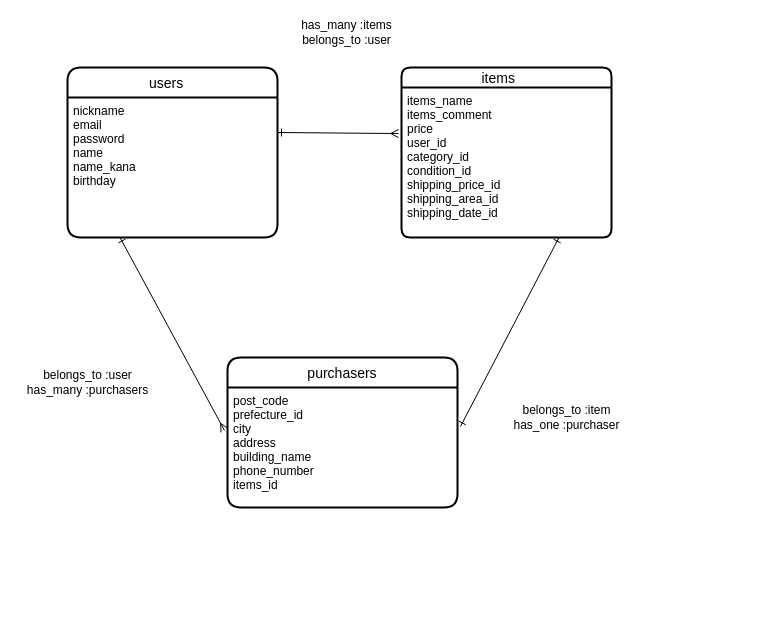
Earlier version of the draw.io diagram app/controllers/furima.dio (mattyo7126/furima-37635). Source tidied: cells renumbered, new cells numbered last; positions are measured from the earlier drawing's top-left corner, leaving out a move shared by most shapes. Both pictures are drawn from the tidied source at 100%, with x=0, y=0 at pixel (17, 17).
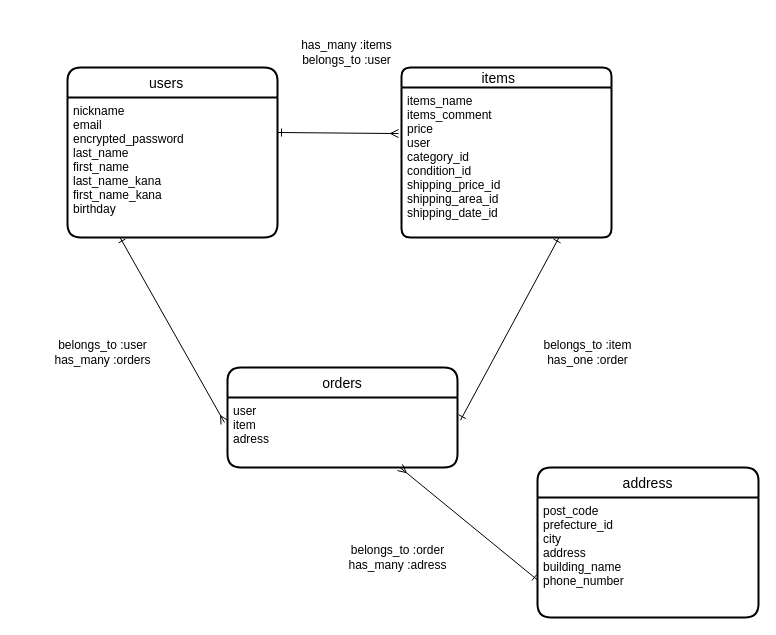
The same diagram, later.

Commit message (it also covers changes not shown here):
データベース設計修正

The edit, as a diff of the source:
```diff
@@
 <mxGraphModel>
   <root>
     <mxCell id="0" />
     <mxCell id="1" parent="0" />
     <mxCell id="2" value="users   " style="swimlane;horizontal=1;startSize=30;rounded=1;fontSize=14;fontStyle=0;strokeWidth=2;shadow=0;dashed=0;align=center;" parent="1" vertex="1">
       <mxGeometry x="50" y="50" width="210" height="170" as="geometry" />
     </mxCell>
-    <mxCell id="3" value="nickname&#10;email&#10;password&#10;name&#10;name_kana&#10;birthday" style="align=left;strokeColor=none;fillColor=none;spacingLeft=4;fontSize=12;verticalAlign=top;" parent="2" vertex="1">
+    <mxCell id="3" value="nickname&#10;email&#10;encrypted_password&#10;last_name&#10;first_name&#10;last_name_kana&#10;first_name_kana&#10;birthday" style="align=left;strokeColor=none;fillColor=none;spacingLeft=4;fontSize=12;verticalAlign=top;" parent="2" vertex="1">
       <mxGeometry y="30" width="210" height="140" as="geometry" />
     </mxCell>
     <mxCell id="4" value="items    " style="swimlane;horizontal=1;startSize=20;rounded=1;fontSize=14;fontStyle=0;strokeWidth=2;shadow=0;dashed=0;align=center;" parent="1" vertex="1">
       <mxGeometry x="384" y="50" width="210" height="170" as="geometry" />
     </mxCell>
-    <mxCell id="5" value="items_name&#10;items_comment&#10;price&#10;user_id&#10;category_id&#10;condition_id&#10;shipping_price_id&#10;shipping_area_id&#10;shipping_date_id" style="align=left;strokeColor=none;fillColor=none;spacingLeft=4;fontSize=12;verticalAlign=top;" parent="4" vertex="1">
+    <mxCell id="5" value="items_name&#10;items_comment&#10;price&#10;user&#10;category_id&#10;condition_id&#10;shipping_price_id&#10;shipping_area_id&#10;shipping_date_id" style="align=left;strokeColor=none;fillColor=none;spacingLeft=4;fontSize=12;verticalAlign=top;" parent="4" vertex="1">
       <mxGeometry y="20" width="210" height="150" as="geometry" />
     </mxCell>
-    <mxCell id="6" value="purchasers" style="swimlane;horizontal=1;startSize=30;rounded=1;fontSize=14;fontStyle=0;strokeWidth=2;shadow=0;dashed=0;align=center;" parent="1" vertex="1">
-      <mxGeometry x="210" y="340" width="230" height="150" as="geometry" />
+    <mxCell id="6" value="orders" style="swimlane;horizontal=1;startSize=30;rounded=1;fontSize=14;fontStyle=0;strokeWidth=2;shadow=0;dashed=0;align=center;" parent="1" vertex="1">
+      <mxGeometry x="210" y="350" width="230" height="100" as="geometry" />
     </mxCell>
-    <mxCell id="7" value="post_code&#10;prefecture_id&#10;city&#10;address&#10;building_name&#10;phone_number&#10;items_id" style="align=left;strokeColor=none;fillColor=none;spacingLeft=4;fontSize=12;verticalAlign=top;" parent="6" vertex="1">
-      <mxGeometry y="30" width="230" height="120" as="geometry" />
+    <mxCell id="7" value="user&#10;item&#10;adress" style="align=left;strokeColor=none;fillColor=none;spacingLeft=4;fontSize=12;verticalAlign=top;" parent="6" vertex="1">
+      <mxGeometry y="30" width="230" height="70" as="geometry" />
     </mxCell>
     <mxCell id="8" style="edgeStyle=none;html=1;exitX=1;exitY=0.25;exitDx=0;exitDy=0;endArrow=ERmany;endFill=0;startArrow=ERone;startFill=0;entryX=-0.014;entryY=0.307;entryDx=0;entryDy=0;entryPerimeter=0;" parent="1" edge="1" source="3" target="5">
       <mxGeometry relative="1" as="geometry" />
     </mxCell>
     <mxCell id="9" style="edgeStyle=none;html=1;exitX=0.25;exitY=1;exitDx=0;exitDy=0;entryX=-0.013;entryY=0.358;entryDx=0;entryDy=0;entryPerimeter=0;startArrow=ERone;startFill=0;endArrow=ERmany;endFill=0;" parent="1" edge="1" source="3" target="7">
       <mxGeometry relative="1" as="geometry" />
     </mxCell>
     <mxCell id="10" style="html=1;exitX=0.75;exitY=1;exitDx=0;exitDy=0;entryX=1.013;entryY=0.325;entryDx=0;entryDy=0;entryPerimeter=0;startArrow=ERone;startFill=0;endArrow=ERone;endFill=0;" parent="1" edge="1" source="5" target="7">
       <mxGeometry relative="1" as="geometry" />
     </mxCell>
     <mxCell id="11" value="has_many :items&lt;br&gt;belongs_to :user" style="text;html=1;align=center;verticalAlign=middle;fillColor=none;strokeColor=none;rounded=0;" parent="1" vertex="1">
-      <mxGeometry x="274" width="110" height="30" as="geometry" />
+      <mxGeometry x="274" y="20" width="110" height="30" as="geometry" />
     </mxCell>
-    <mxCell id="12" value="belongs_to :item&lt;br&gt;has_one :purchaser" style="text;html=1;align=center;verticalAlign=middle;strokeColor=none;fillColor=none;" parent="1" vertex="1">
-      <mxGeometry x="489" y="385" width="120" height="30" as="geometry" />
+    <mxCell id="12" value="belongs_to :item&lt;br&gt;has_one :order" style="text;html=1;align=center;verticalAlign=middle;strokeColor=none;fillColor=none;" parent="1" vertex="1">
+      <mxGeometry x="520" y="320" width="100" height="30" as="geometry" />
     </mxCell>
-    <mxCell id="13" value="belongs_to :user&lt;br&gt;has_many :purchasers" style="text;html=1;align=center;verticalAlign=middle;fillColor=none;strokeColor=none;rounded=0;" parent="1" vertex="1">
-      <mxGeometry y="350" width="140" height="30" as="geometry" />
+    <mxCell id="13" value="belongs_to :user&lt;br&gt;has_many :orders" style="text;html=1;align=center;verticalAlign=middle;fillColor=none;strokeColor=none;rounded=0;" parent="1" vertex="1">
+      <mxGeometry x="30" y="320" width="110" height="30" as="geometry" />
     </mxCell>
+    <mxCell id="14" value="address" style="swimlane;horizontal=1;startSize=30;rounded=1;fontSize=14;fontStyle=0;strokeWidth=2;shadow=0;dashed=0;align=center;" parent="1" vertex="1">
+      <mxGeometry x="520" y="450" width="221" height="150" as="geometry" />
+    </mxCell>
+    <mxCell id="15" value="post_code&#10;prefecture_id&#10;city&#10;address&#10;building_name&#10;phone_number" style="align=left;strokeColor=none;fillColor=none;spacingLeft=4;fontSize=12;verticalAlign=top;" parent="14" vertex="1">
+      <mxGeometry y="30" width="221" height="120" as="geometry" />
+    </mxCell>
+    <mxCell id="16" style="edgeStyle=none;html=1;exitX=0.75;exitY=1;exitDx=0;exitDy=0;entryX=0;entryY=0.75;entryDx=0;entryDy=0;startArrow=ERmany;startFill=0;endArrow=ERone;endFill=0;" parent="1" edge="1" source="7" target="14">
+      <mxGeometry relative="1" as="geometry" />
+    </mxCell>
+    <mxCell id="17" value="belongs_to :order&lt;br&gt;has_many :adress" style="text;html=1;align=center;verticalAlign=middle;fillColor=none;strokeColor=none;rounded=0;" parent="1" vertex="1">
+      <mxGeometry x="325" y="525" width="110" height="30" as="geometry" />
+    </mxCell>
   </root>
 </mxGraphModel>
```
